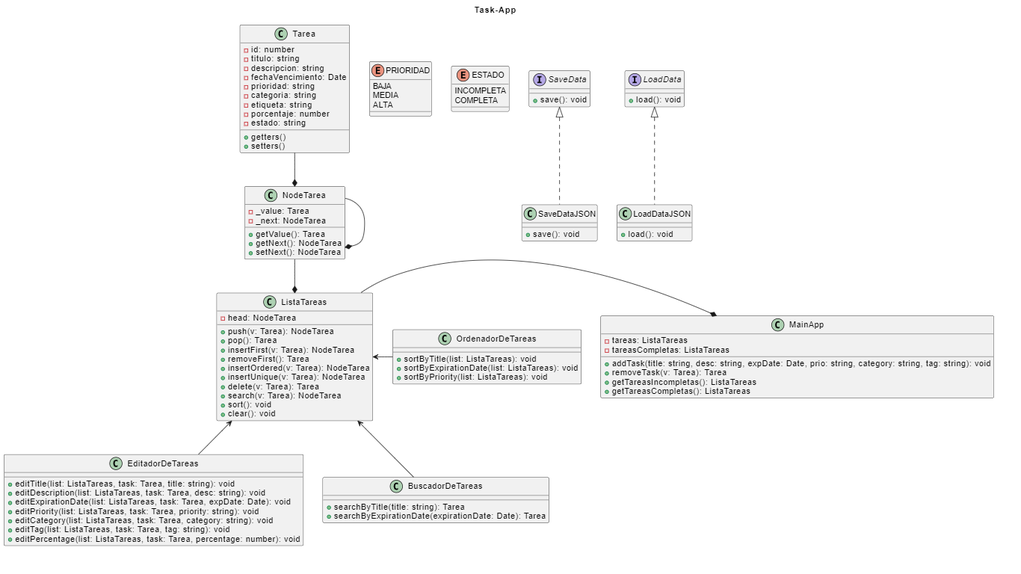
This is docs/diagramaDeClases.png from marketitos/TP-Task_Grupo7, a PlantUML export, as it was before one commit. Its source is kept beside it as docs/diagramaDeClases.puml.
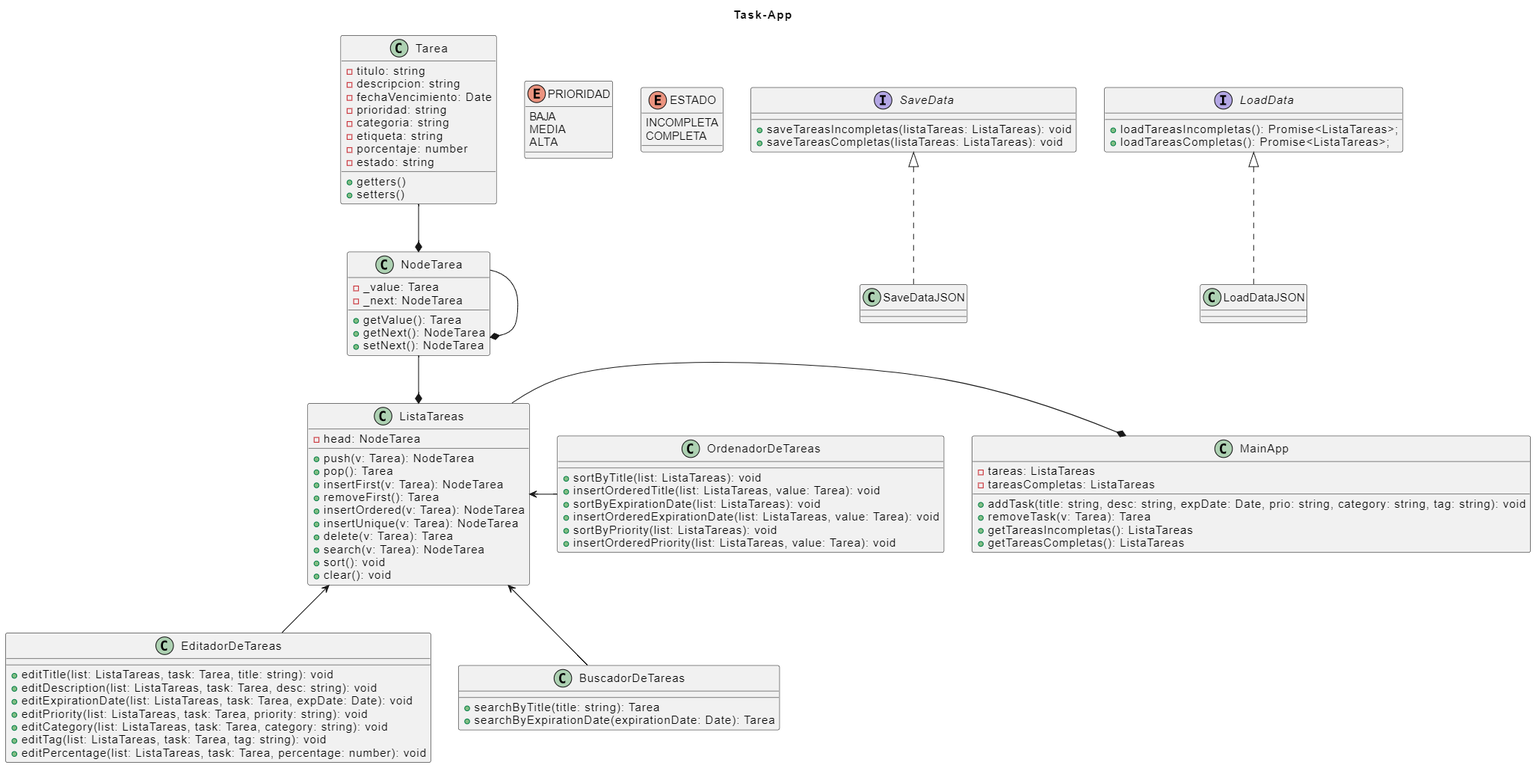
After the change.

Commit message:
Diagrama de clases actualizado.

+ Metodos nuevos agregados.

What changed in the source:
```diff
@@ -3,7 +3,6 @@
 title Task-App
 
 class Tarea {
-    - id: number
     - titulo: string
     - descripcion: string
     - fechaVencimiento: Date
@@ -79,24 +78,27 @@
 
 class OrdenadorDeTareas {
     + sortByTitle(list: ListaTareas): void
+    + insertOrderedTitle(list: ListaTareas, value: Tarea): void
     + sortByExpirationDate(list: ListaTareas): void
+    + insertOrderedExpirationDate(list: ListaTareas, value: Tarea): void
     + sortByPriority(list: ListaTareas): void
+    + insertOrderedPriority(list: ListaTareas, value: Tarea): void
 }
 
 interface SaveData {
-    + save(): void
+    + saveTareasIncompletas(listaTareas: ListaTareas): void
+    + saveTareasCompletas(listaTareas: ListaTareas): void
 }
 
 class SaveDataJSON implements SaveData {
-    + save(): void
 }
 
 interface LoadData {
-    + load(): void
+    + loadTareasIncompletas(): Promise<ListaTareas>;
+    + loadTareasCompletas(): Promise<ListaTareas>;
 }
 
 class LoadDataJSON implements LoadData {
-    + load(): void
 }
 
 Tarea --* NodeTarea
```
